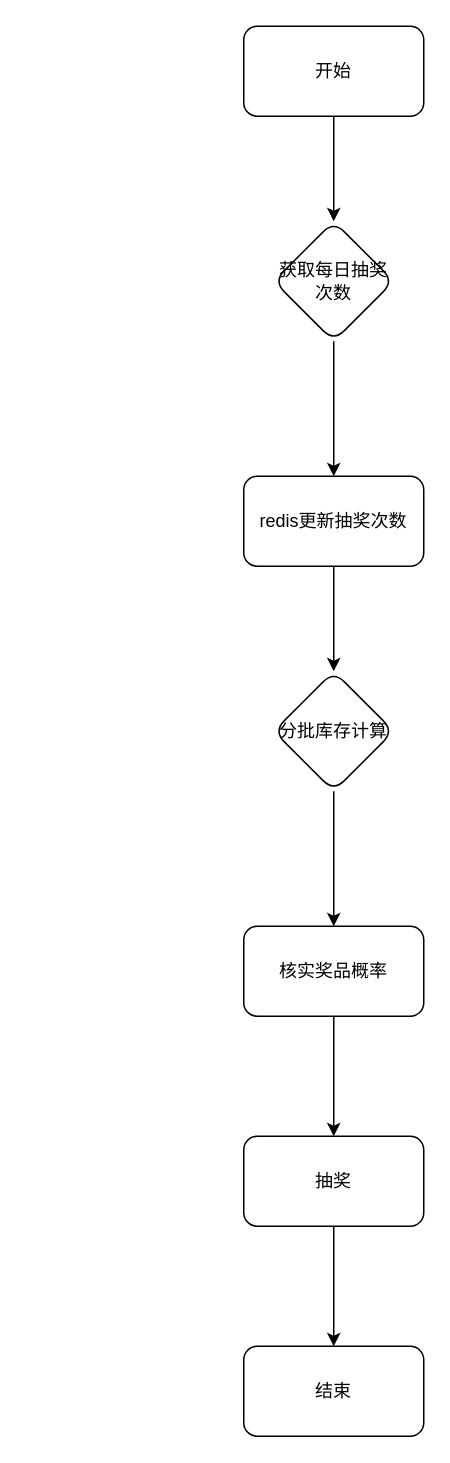
VilaNan/tsxxx.github.io keeps this draw.io diagram as page "第 6 页" (6 of 8) of Untitled Diagram.drawio. Above is the earlier version. Source tidied: cells renumbered, new cells numbered last; positions are measured from the earlier drawing's top-left corner, leaving out a move shared by most shapes. Both pictures are drawn from the tidied source at 150%, with x=0, y=0 at pixel (243, 26).
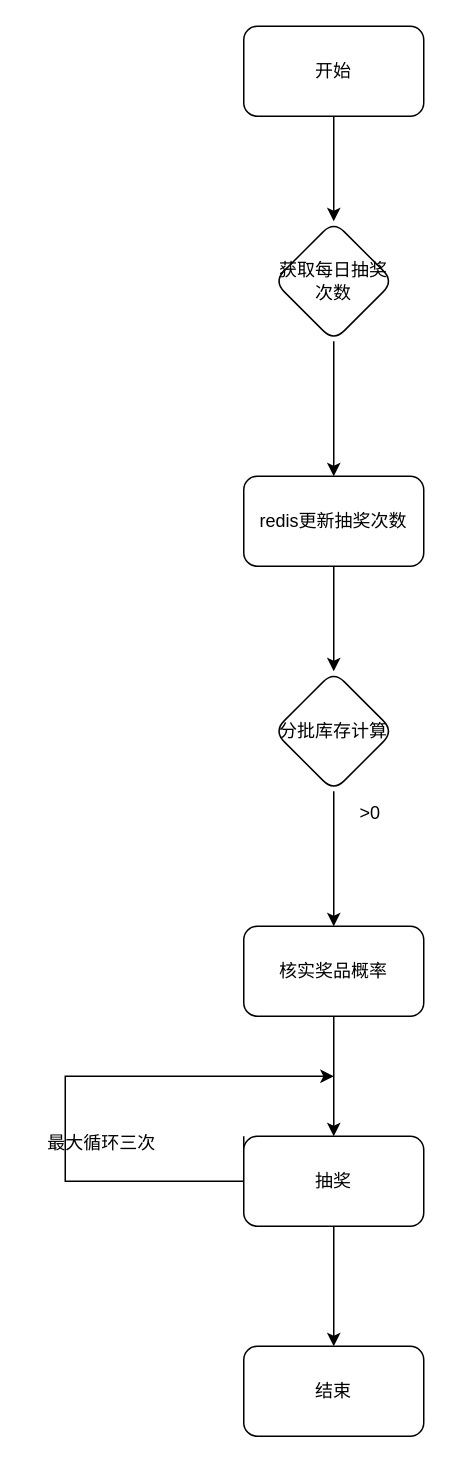
The same page after the edit.

Change to the diagram source:
```diff
@@
+    <mxCell id="15" style="edgeStyle=orthogonalEdgeStyle;rounded=0;orthogonalLoop=1;jettySize=auto;html=1;" parent="1" edge="1">
+      <mxGeometry relative="1" as="geometry">
+        <mxPoint y="740" as="sourcePoint" />
+        <mxPoint x="60" y="700" as="targetPoint" />
+        <Array as="points">
+          <mxPoint y="770" />
+          <mxPoint x="-119" y="770" />
+        </Array>
+      </mxGeometry>
+    </mxCell>
@@
+    <mxCell id="16" value="&amp;gt;0" style="text;html=1;align=center;verticalAlign=middle;strokeColor=none;fillColor=none;" parent="1" vertex="1">
+      <mxGeometry x="64" y="510" width="40" height="30" as="geometry" />
+    </mxCell>
+    <mxCell id="17" value="最大循环三次" style="text;html=1;align=center;verticalAlign=middle;strokeColor=none;fillColor=none;" parent="1" vertex="1">
+      <mxGeometry x="-145" y="730" width="100" height="30" as="geometry" />
+    </mxCell>
```
